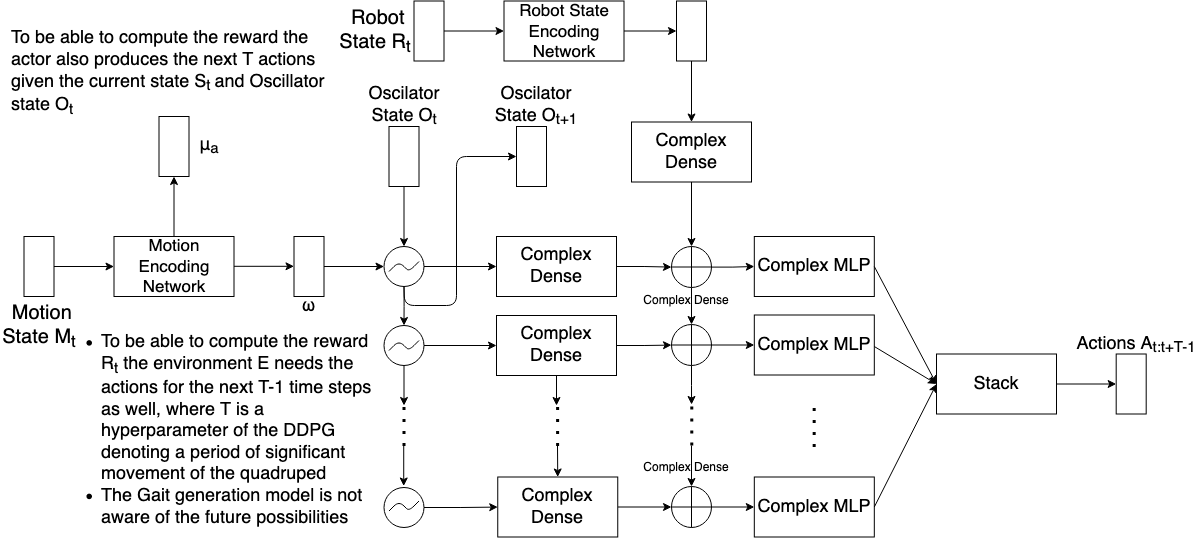
This is images/actor_rnn.png from shandilya1998/CPGController, a draw.io export, as it was before one commit. Source tidied: cells renumbered, new cells last; positions are measured from the earlier drawing's top-left corner, leaving out a move shared by most shapes.
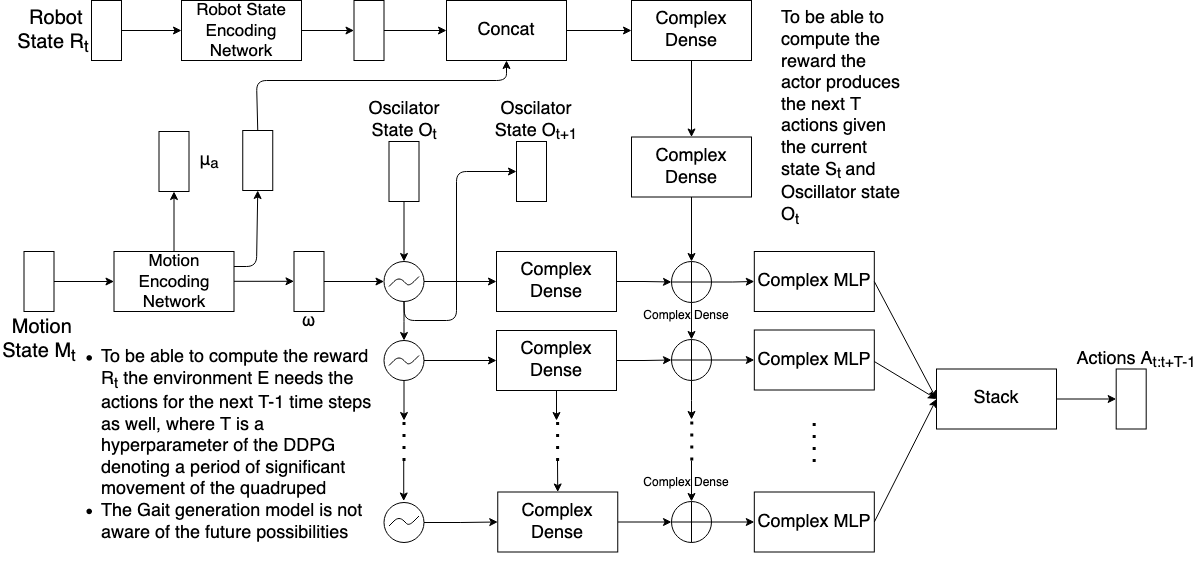
The same file after the commit.

What changed in the source:
```diff
@@ -251,22 +251,22 @@
       <mxGeometry relative="1" as="geometry" />
     </mxCell>
     <mxCell id="65" value="&lt;font style=&quot;font-size: 17px&quot;&gt;Robot State Encoding Network&lt;/font&gt;" style="rounded=0;whiteSpace=wrap;html=1;" parent="1" vertex="1">
-      <mxGeometry x="503.5" y="-0.5" width="120" height="60" as="geometry" />
+      <mxGeometry x="181" y="-16" width="120" height="60" as="geometry" />
     </mxCell>
     <mxCell id="66" style="edgeStyle=orthogonalEdgeStyle;rounded=0;jettySize=auto;html=1;" parent="1" edge="1" source="67" target="65">
       <mxGeometry relative="1" as="geometry" />
     </mxCell>
     <mxCell id="67" style="rounded=0;whiteSpace=wrap;html=1;" parent="1" vertex="1">
-      <mxGeometry x="413.5" y="-0.5" width="30" height="60" as="geometry" />
+      <mxGeometry x="91" y="-16" width="30" height="60" as="geometry" />
     </mxCell>
     <mxCell id="68" value="&lt;font style=&quot;font-size: 20px&quot;&gt;&amp;nbsp;Robot &lt;font style=&quot;font-size: 20px&quot;&gt;State&lt;/font&gt;&lt;font style=&quot;font-size: 20px&quot;&gt; R&lt;sub&gt;t&lt;/sub&gt;&lt;br&gt;&lt;/font&gt;&lt;/font&gt;" style="text;html=1;strokeColor=none;fillColor=none;align=center;verticalAlign=middle;whiteSpace=wrap;rounded=0;" parent="1" vertex="1">
-      <mxGeometry x="336" y="0.5" width="77.5" height="59" as="geometry" />
+      <mxGeometry x="13.5" y="-15" width="77.5" height="59" as="geometry" />
     </mxCell>
-    <mxCell id="69" style="edgeStyle=orthogonalEdgeStyle;rounded=0;jettySize=auto;html=1;" parent="1" edge="1" source="70" target="71">
+    <mxCell id="69" style="edgeStyle=orthogonalEdgeStyle;rounded=0;jettySize=auto;html=1;" parent="1" edge="1" source="70" target="80">
       <mxGeometry relative="1" as="geometry" />
     </mxCell>
     <mxCell id="70" style="rounded=0;whiteSpace=wrap;html=1;" parent="1" vertex="1">
-      <mxGeometry x="676" y="-0.5" width="30" height="60" as="geometry" />
+      <mxGeometry x="353.5" y="-16" width="30" height="60" as="geometry" />
     </mxCell>
     <mxCell id="71" value="&lt;font style=&quot;font-size: 18px&quot;&gt;Complex Dense&lt;/font&gt;" style="rounded=0;whiteSpace=wrap;html=1;" parent="1" vertex="1">
       <mxGeometry x="631" y="120.5" width="120" height="60" as="geometry" />
@@ -274,13 +274,43 @@
     <mxCell id="72" style="endArrow=classic;html=1;exitX=0.5;exitY=1;exitDx=0;exitDy=0;entryX=0.5;entryY=0;entryDx=0;entryDy=0;entryPerimeter=0;" parent="1" edge="1" source="71" target="45">
       <mxGeometry relative="1" as="geometry" />
     </mxCell>
-    <mxCell id="73" value="&lt;font style=&quot;font-size: 18px&quot;&gt;To be able to compute the reward the actor also produces the next T actions given the current state S&lt;sub&gt;t &lt;/sub&gt;and Oscillator state O&lt;sub&gt;t&lt;/sub&gt;&lt;/font&gt;" style="text;whiteSpace=wrap;html=1;" parent="1" vertex="1">
-      <mxGeometry x="8.5" y="20" width="337.5" height="95" as="geometry" />
+    <mxCell id="73" value="&lt;font style=&quot;font-size: 18px&quot;&gt;To be able to compute the reward the actor produces the next T actions given the current state S&lt;sub&gt;t &lt;/sub&gt;and Oscillator state O&lt;sub&gt;t&lt;/sub&gt;&lt;/font&gt;" style="text;whiteSpace=wrap;html=1;" parent="1" vertex="1">
+      <mxGeometry x="779.1" y="-15" width="130" height="95" as="geometry" />
     </mxCell>
     <mxCell id="74" style="endArrow=classic;html=1;exitX=0.5;exitY=1;exitDx=0;exitDy=0;" parent="1" edge="1" source="49">
       <mxGeometry relative="1" as="geometry">
         <mxPoint x="556" y="404" as="targetPoint" />
       </mxGeometry>
     </mxCell>
+    <mxCell id="75" style="endArrow=classic;html=1;exitX=1;exitY=0.25;exitDx=0;exitDy=0;entryX=0.5;entryY=1;entryDx=0;entryDy=0;" parent="1" edge="1" source="3" target="76">
+      <mxGeometry relative="1" as="geometry">
+        <Array as="points">
+          <mxPoint x="256" y="250" />
+        </Array>
+      </mxGeometry>
+    </mxCell>
+    <mxCell id="76" style="rounded=0;whiteSpace=wrap;html=1;" parent="1" vertex="1">
+      <mxGeometry x="242.2" y="114" width="30" height="60" as="geometry" />
+    </mxCell>
+    <mxCell id="77" style="edgeStyle=orthogonalEdgeStyle;rounded=0;jettySize=auto;html=1;" parent="1" edge="1" source="78" target="71">
+      <mxGeometry relative="1" as="geometry" />
+    </mxCell>
+    <mxCell id="78" value="&lt;font style=&quot;font-size: 18px&quot;&gt;Complex Dense&lt;/font&gt;" style="rounded=0;whiteSpace=wrap;html=1;" parent="1" vertex="1">
+      <mxGeometry x="631" y="-16" width="120" height="60" as="geometry" />
+    </mxCell>
+    <mxCell id="79" style="edgeStyle=orthogonalEdgeStyle;rounded=0;jettySize=auto;html=1;" parent="1" edge="1" source="80" target="78">
+      <mxGeometry relative="1" as="geometry" />
+    </mxCell>
+    <mxCell id="80" value="&lt;font style=&quot;font-size: 18px&quot;&gt;Concat&lt;/font&gt;" style="rounded=0;whiteSpace=wrap;html=1;" parent="1" vertex="1">
+      <mxGeometry x="446" y="-16" width="120" height="60" as="geometry" />
+    </mxCell>
+    <mxCell id="81" style="endArrow=classic;html=1;exitX=0.5;exitY=0;exitDx=0;exitDy=0;entryX=0.5;entryY=1;entryDx=0;entryDy=0;" parent="1" edge="1" source="76" target="80">
+      <mxGeometry relative="1" as="geometry">
+        <Array as="points">
+          <mxPoint x="256" y="64" />
+          <mxPoint x="506" y="64" />
+        </Array>
+      </mxGeometry>
+    </mxCell>
   </root>
 </mxGraphModel>
```
